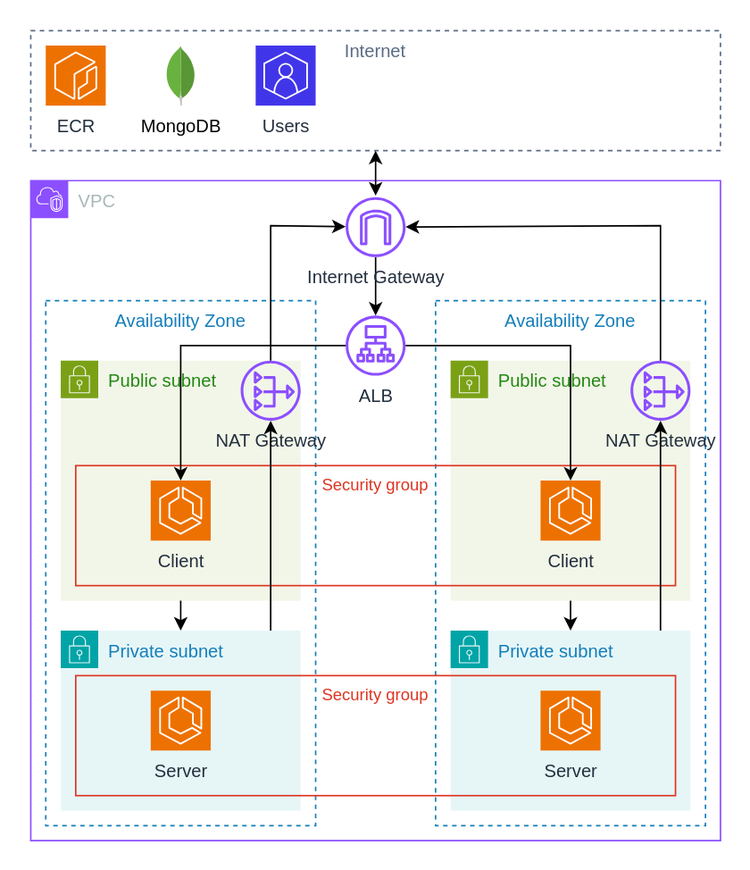
The draw.io diagram powow.drawio.svg in adj2424/video-chat-website, before a commit. Source tidied: cells renumbered, new cells last; positions are measured from the earlier drawing's top-left corner, leaving out a move shared by most shapes.
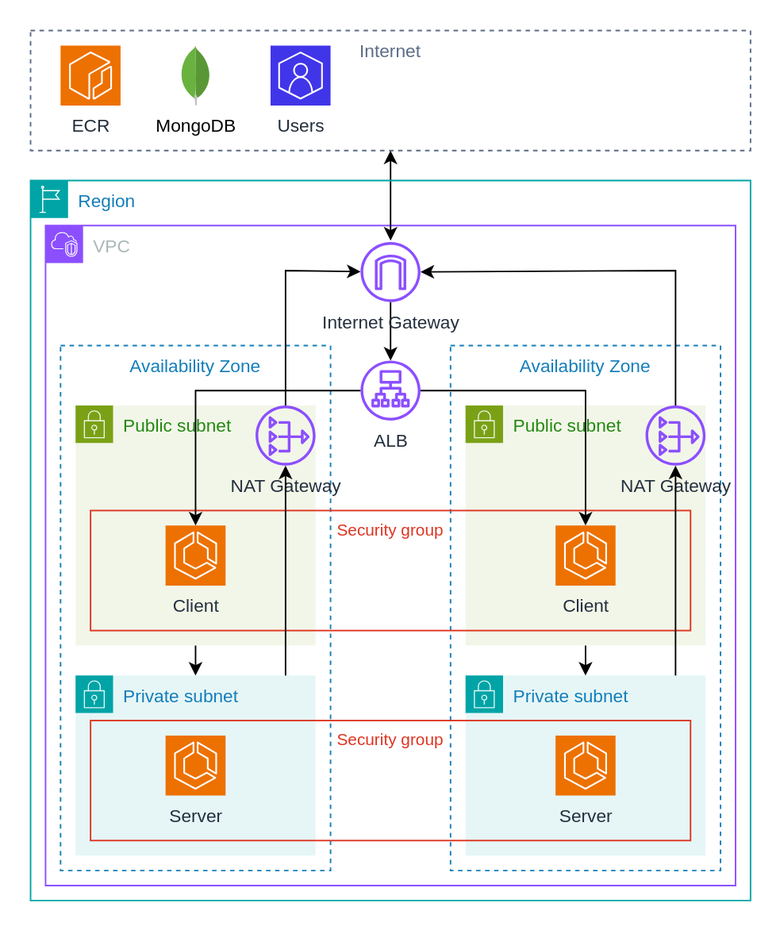
The same diagram one commit later.

Change to the diagram source:
```diff
@@ -2,9 +2,9 @@
   <root>
     <mxCell id="0" />
     <mxCell id="1" parent="0" />
-    <mxCell id="2" style="rounded=0;whiteSpace=wrap;html=1;strokeColor=none;" parent="1" vertex="1">
-      <mxGeometry width="500" height="580" as="geometry" />
-    </mxCell>
+    <mxCell id="34" style="rounded=0;whiteSpace=wrap;html=1;strokeColor=none;" parent="1" vertex="1">
+      <mxGeometry x="-10" y="-30" width="520" height="620" as="geometry" />
+    </mxCell>
     <mxCell id="3" value="Availability Zone" style="fillColor=none;strokeColor=#147EBA;dashed=1;verticalAlign=top;fontStyle=0;fontColor=#147EBA;whiteSpace=wrap;html=1;" parent="1" vertex="1">
       <mxGeometry x="290" y="200" width="180" height="350" as="geometry" />
     </mxCell>
@@ -113,21 +113,24 @@
       </mxGeometry>
     </mxCell>
     <mxCell id="29" value="Internet" style="fillColor=none;strokeColor=#5A6C86;dashed=1;verticalAlign=top;fontStyle=0;fontColor=#5A6C86;whiteSpace=wrap;html=1;" parent="1" vertex="1">
-      <mxGeometry x="20" y="20" width="460" height="80" as="geometry" />
+      <mxGeometry x="10" y="-10" width="480" height="80" as="geometry" />
     </mxCell>
     <mxCell id="30" value="ECR" style="sketch=0;fontColor=#232F3E;fillColor=#ED7100;strokeColor=#ffffff;dashed=0;verticalLabelPosition=bottom;verticalAlign=top;align=center;html=1;fontSize=12;fontStyle=0;shape=mxgraph.aws4.resourceIcon;resIcon=mxgraph.aws4.ecr;" parent="1" vertex="1">
-      <mxGeometry x="30" y="30" width="40" height="40" as="geometry" />
+      <mxGeometry x="30" width="40" height="40" as="geometry" />
     </mxCell>
     <mxCell id="31" value="Users&lt;div&gt;&lt;br&gt;&lt;/div&gt;" style="sketch=0;fontColor=#232F3E;fillColor=#4135e9;strokeColor=#ffffff;dashed=0;verticalLabelPosition=bottom;verticalAlign=top;align=center;html=1;fontSize=12;fontStyle=0;shape=mxgraph.aws4.resourceIcon;resIcon=mxgraph.aws4.customer_enablement;" parent="1" vertex="1">
-      <mxGeometry x="170" y="30" width="40" height="40" as="geometry" />
+      <mxGeometry x="170" width="40" height="40" as="geometry" />
     </mxCell>
     <mxCell id="32" value="MongoDB" style="dashed=0;html=1;align=center;labelPosition=center;verticalLabelPosition=bottom;verticalAlign=top;shape=mxgraph.weblogos.mongodb;" parent="1" vertex="1">
-      <mxGeometry x="110" y="30" width="20" height="40" as="geometry" />
+      <mxGeometry x="110" width="20" height="40" as="geometry" />
     </mxCell>
     <mxCell id="33" style="endArrow=classic;startArrow=classic;html=1;rounded=0;entryX=0.5;entryY=1;entryDx=0;entryDy=0;" parent="1" edge="1" target="29">
       <mxGeometry relative="1" as="geometry">
         <mxPoint x="250" y="130" as="sourcePoint" />
       </mxGeometry>
     </mxCell>
+    <mxCell id="35" value="Region" style="gradientColor=none;html=1;whiteSpace=wrap;fontSize=12;fontStyle=0;shape=mxgraph.aws4.group;grIcon=mxgraph.aws4.group_region;strokeColor=#00A4A6;fillColor=none;verticalAlign=top;align=left;spacingLeft=30;fontColor=#147EBA;" parent="1" vertex="1">
+      <mxGeometry x="10" y="90" width="480" height="480" as="geometry" />
+    </mxCell>
   </root>
 </mxGraphModel>
```
